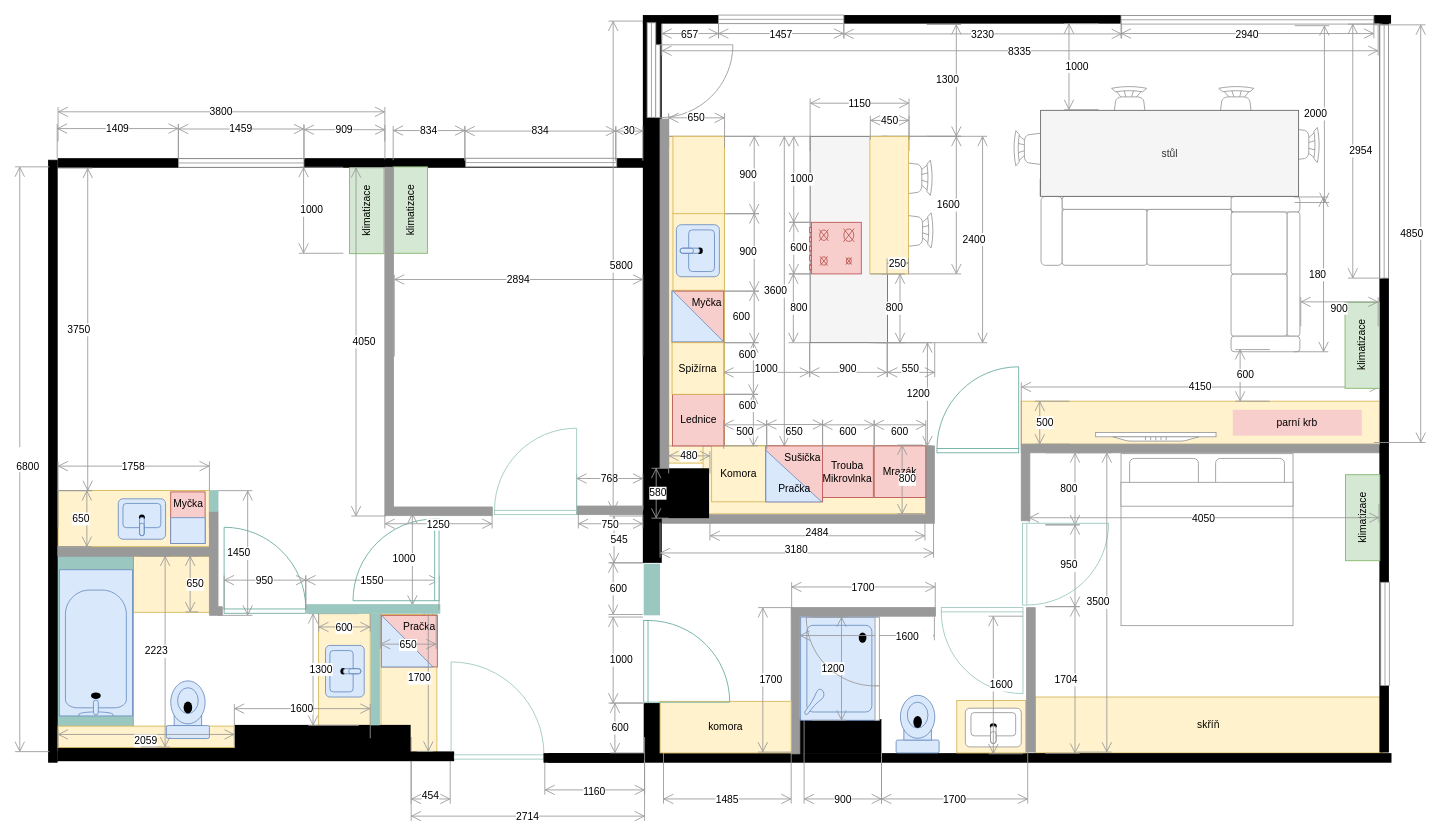
This is page "final" (1 of 2) of docs/src/static/drawings/floor-plan.furniched.drawio from surquest/flat-renovation, a draw.io file, before an edit. Source tidied: cells renumbered, new cells numbered last; positions are measured from the earlier drawing's top-left corner, leaving out a move shared by most shapes. Both pictures are drawn from the tidied source at 86%, with x=0, y=0 at pixel (15, 15).
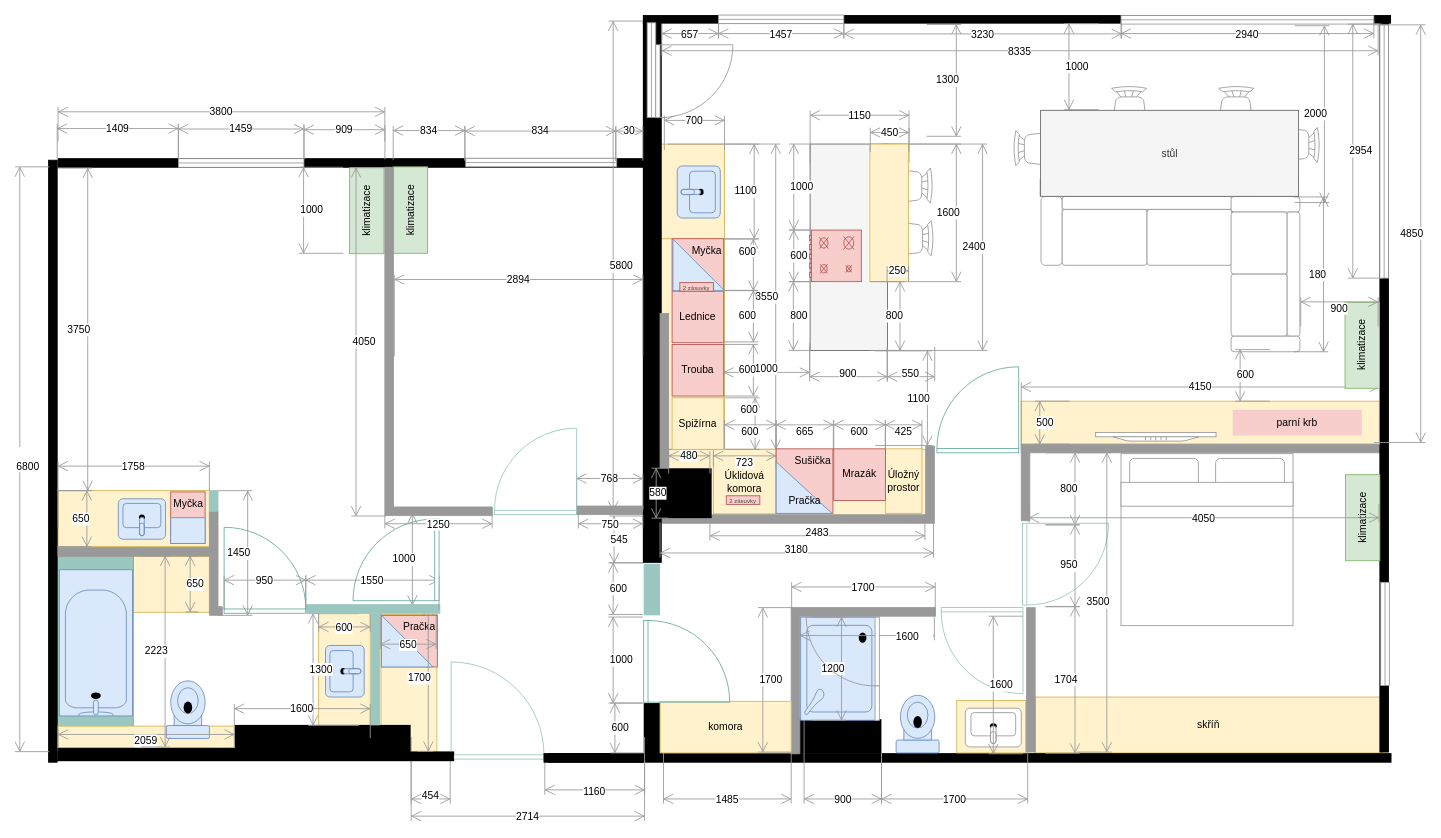
After the change.

Diff of the diagram source:
```diff
@@
     <mxCell id="2" style="rounded=0;whiteSpace=wrap;html=1;strokeColor=none;fillColor=#FFFFFF;fontColor=#333333;" parent="1" vertex="1">
-      <mxGeometry x="752" y="141" width="320" height="441" as="geometry" />
+      <mxGeometry x="752" y="147" width="320" height="435" as="geometry" />
     </mxCell>
     <mxCell id="3" style="rounded=0;whiteSpace=wrap;html=1;strokeColor=#d6b656;fillColor=#fff2cc;" parent="1" vertex="1">
-      <mxGeometry x="760" y="141" width="65" height="380" as="geometry" />
+      <mxGeometry x="750" y="167" width="75" height="354" as="geometry" />
     </mxCell>
+    <mxCell id="165" style="rounded=0;whiteSpace=wrap;html=1;strokeColor=#d6b656;fillColor=#fff2cc;" parent="1" vertex="1">
+      <mxGeometry x="750" y="150.1" width="75" height="110" as="geometry" />
+    </mxCell>
+    <mxCell id="6" style="rounded=0;whiteSpace=wrap;html=1;strokeColor=#d6b656;fillColor=#fff2cc;" parent="1" vertex="1">
+      <mxGeometry x="760" y="505" width="299" height="82" as="geometry" />
+    </mxCell>
+    <mxCell id="200" value="Úložný&lt;br&gt;prostor" style="rounded=0;whiteSpace=wrap;html=1;strokeColor=#d6b656;fillColor=#fff2cc;verticalAlign=middle;align=center;" parent="1" vertex="1">
+      <mxGeometry x="1012" y="504.4" width="42.5" height="75" as="geometry" />
+    </mxCell>
     <mxCell id="4" style="rounded=0;whiteSpace=wrap;html=1;strokeColor=#666666;fillColor=#f5f5f5;fontColor=#333333;" parent="1" vertex="1">
-      <mxGeometry x="924.5" y="141" width="90" height="240" as="geometry" />
+      <mxGeometry x="924.5" y="150" width="90" height="240" as="geometry" />
     </mxCell>
-    <mxCell id="5" style="rounded=0;whiteSpace=wrap;html=1;strokeColor=#d6b656;fillColor=#fff2cc;" parent="1" vertex="1">
-      <mxGeometry x="765" y="230" width="60" height="90" as="geometry" />
-    </mxCell>
-    <mxCell id="6" style="rounded=0;whiteSpace=wrap;html=1;strokeColor=#d6b656;fillColor=#fff2cc;" parent="1" vertex="1">
-      <mxGeometry x="800" y="501" width="259" height="79" as="geometry" />
-    </mxCell>
@@
     <mxCell id="59" style="verticalLabelPosition=bottom;html=1;verticalAlign=top;align=center;shape=mxgraph.floorplan.wall;fillColor=strokeColor;direction=south;strokeColor=#999999;" parent="1" vertex="1">
-      <mxGeometry x="750" y="121" width="10" height="460" as="geometry" />
+      <mxGeometry x="750" y="347" width="10" height="235" as="geometry" />
     </mxCell>
-    <mxCell id="60" value="3600" style="shape=dimension;direction=north;whiteSpace=wrap;html=1;align=right;verticalAlign=middle;labelBackgroundColor=#ffffff;strokeColor=#999999;fillColor=#999999;" parent="1" vertex="1">
-      <mxGeometry x="759" y="141" width="141" height="360" as="geometry" />
+    <mxCell id="60" value="3550" style="shape=dimension;direction=north;whiteSpace=wrap;html=1;align=right;verticalAlign=middle;labelBackgroundColor=#ffffff;strokeColor=#999999;fillColor=#999999;" parent="1" vertex="1">
+      <mxGeometry x="759" y="150" width="131" height="355" as="geometry" />
     </mxCell>
@@
     <mxCell id="95" value="2400" style="shape=dimension;direction=north;whiteSpace=wrap;html=1;align=right;verticalAlign=middle;labelBackgroundColor=#ffffff;strokeColor=#999999;" parent="1" vertex="1">
-      <mxGeometry x="1007.5" y="141" width="123" height="240" as="geometry" />
+      <mxGeometry x="1007.5" y="150" width="123" height="240" as="geometry" />
     </mxCell>
     <mxCell id="96" value="1150" style="shape=dimension;direction=west;whiteSpace=wrap;html=1;align=center;verticalAlign=top;spacingTop=-8;labelBackgroundColor=#ffffff;strokeColor=#999999;" parent="1" vertex="1">
-      <mxGeometry x="924.5" y="97" width="115" height="61" as="geometry" />
+      <mxGeometry x="924.5" y="111" width="115" height="61" as="geometry" />
     </mxCell>
-    <mxCell id="97" value="Komora" style="rounded=0;whiteSpace=wrap;html=1;strokeColor=#d6b656;fillColor=#fff2cc;verticalAlign=middle;align=center;" parent="1" vertex="1">
-      <mxGeometry x="810" y="501" width="63" height="65" as="geometry" />
+    <mxCell id="97" value="Úklidová&lt;br&gt;komora" style="rounded=0;whiteSpace=wrap;html=1;strokeColor=#d6b656;fillColor=#fff2cc;verticalAlign=middle;align=center;" parent="1" vertex="1">
+      <mxGeometry x="812" y="505" width="73" height="75" as="geometry" />
     </mxCell>
-    <mxCell id="98" value="2484" style="shape=dimension;direction=east;whiteSpace=wrap;html=1;align=center;verticalAlign=bottom;spacingTop=-8;labelBackgroundColor=#ffffff;strokeColor=#999999;fillColor=#999999;" parent="1" vertex="1">
+    <mxCell id="98" value="2483" style="shape=dimension;direction=east;whiteSpace=wrap;html=1;align=center;verticalAlign=bottom;spacingTop=-8;labelBackgroundColor=#ffffff;strokeColor=#999999;fillColor=#999999;" parent="1" vertex="1">
       <mxGeometry x="808" y="581" width="250" height="30" as="geometry" />
     </mxCell>
@@
     <mxCell id="100" value="1600" style="shape=dimension;direction=north;whiteSpace=wrap;html=1;align=right;verticalAlign=middle;labelBackgroundColor=#ffffff;strokeColor=#999999;" parent="1" vertex="1">
-      <mxGeometry x="1007.5" y="141" width="92.5" height="160" as="geometry" />
+      <mxGeometry x="1007.5" y="150" width="92.5" height="160" as="geometry" />
     </mxCell>
-    <mxCell id="101" value="1200" style="shape=dimension;direction=south;whiteSpace=wrap;html=1;align=right;verticalAlign=middle;labelBackgroundColor=#ffffff;strokeColor=#999999;fillColor=#999999;flipV=0;flipH=1;" parent="1" vertex="1">
-      <mxGeometry x="1000" y="381" width="66.4" height="120" as="geometry" />
+    <mxCell id="101" value="1100" style="shape=dimension;direction=south;whiteSpace=wrap;html=1;align=right;verticalAlign=middle;labelBackgroundColor=#ffffff;strokeColor=#999999;fillColor=#999999;flipV=0;flipH=1;" parent="1" vertex="1">
+      <mxGeometry x="1000" y="390.5" width="66.4" height="110" as="geometry" />
     </mxCell>
@@
-    <mxCell id="148" style="verticalLabelPosition=bottom;html=1;verticalAlign=top;align=center;shape=mxgraph.floorplan.sink_2;strokeColor=#6c8ebf;fillColor=#dae8fc;direction=north;" parent="1" vertex="1">
-      <mxGeometry x="769" y="243.8" width="50" height="60.5" as="geometry" />
-    </mxCell>
@@
     <mxCell id="151" value="900" style="shape=dimension;direction=east;whiteSpace=wrap;html=1;align=center;verticalAlign=bottom;spacingTop=-8;labelBackgroundColor=#ffffff;strokeColor=#999999;" parent="1" vertex="1">
-      <mxGeometry x="924" y="381" width="90" height="40" as="geometry" />
+      <mxGeometry x="924" y="386" width="90" height="40" as="geometry" />
     </mxCell>
     <mxCell id="152" style="verticalLabelPosition=bottom;html=1;verticalAlign=top;align=center;shape=mxgraph.floorplan.range_1;fillColor=#f8cecc;strokeColor=#b85450;direction=south;" parent="1" vertex="1">
-      <mxGeometry x="924" y="241" width="60" height="60" as="geometry" />
+      <mxGeometry x="924" y="250" width="60" height="60" as="geometry" />
     </mxCell>
     <mxCell id="153" style="rounded=0;whiteSpace=wrap;html=1;strokeColor=none;fillColor=#000000;" parent="1" vertex="1">
-      <mxGeometry x="740" y="527" width="67" height="58" as="geometry" />
+      <mxGeometry x="743" y="527" width="67" height="58" as="geometry" />
     </mxCell>
@@
-    <mxCell id="155" value="Mrazák" style="rounded=0;whiteSpace=wrap;html=1;strokeColor=#b85450;fillColor=#f8cecc;" parent="1" vertex="1">
-      <mxGeometry x="999" y="501" width="60" height="60" as="geometry" />
-    </mxCell>
-    <mxCell id="156" value="Trouba&lt;br&gt;Mikrovlnka" style="rounded=0;whiteSpace=wrap;html=1;strokeColor=#b85450;fillColor=#f8cecc;" parent="1" vertex="1">
-      <mxGeometry x="938" y="501" width="60" height="60" as="geometry" />
-    </mxCell>
     <mxCell id="157" value="Lednice" style="rounded=0;whiteSpace=wrap;html=1;strokeColor=#b85450;fillColor=#f8cecc;" parent="1" vertex="1">
-      <mxGeometry x="764.5" y="441" width="60" height="60" as="geometry" />
+      <mxGeometry x="764" y="321" width="60" height="60" as="geometry" />
     </mxCell>
     <mxCell id="158" value="Myčka" style="rounded=0;whiteSpace=wrap;html=1;strokeColor=#b85450;fillColor=#f8cecc;verticalAlign=top;align=right;" parent="1" vertex="1">
-      <mxGeometry x="764" y="321" width="60" height="60" as="geometry" />
+      <mxGeometry x="764" y="260.1" width="60" height="60" as="geometry" />
     </mxCell>
     <mxCell id="159" style="verticalLabelPosition=bottom;verticalAlign=top;html=1;shape=mxgraph.basic.orthogonal_triangle;strokeColor=#6c8ebf;fillColor=#dae8fc;" parent="1" vertex="1">
-      <mxGeometry x="764" y="320" width="60" height="60" as="geometry" />
+      <mxGeometry x="765" y="260.5" width="60" height="60" as="geometry" />
     </mxCell>
@@
     <mxCell id="161" value="600" style="shape=dimension;direction=north;whiteSpace=wrap;html=1;align=right;verticalAlign=top;labelBackgroundColor=#ffffff;strokeColor=#999999;" parent="1" vertex="1">
-      <mxGeometry x="824" y="441" width="40" height="60" as="geometry" />
+      <mxGeometry x="826" y="445.1" width="40" height="60" as="geometry" />
     </mxCell>
-    <mxCell id="162" value="600" style="shape=dimension;direction=north;whiteSpace=wrap;html=1;align=center;verticalAlign=middle;labelBackgroundColor=#ffffff;strokeColor=#999999;" parent="1" vertex="1">
-      <mxGeometry x="825" y="321" width="40" height="60" as="geometry" />
-    </mxCell>
-    <mxCell id="163" value="900" style="shape=dimension;direction=north;whiteSpace=wrap;html=1;align=right;verticalAlign=middle;labelBackgroundColor=#ffffff;strokeColor=#999999;" parent="1" vertex="1">
-      <mxGeometry x="825" y="231" width="40" height="90" as="geometry" />
-    </mxCell>
-    <mxCell id="164" value="900" style="shape=dimension;direction=north;whiteSpace=wrap;html=1;align=right;verticalAlign=middle;labelBackgroundColor=#ffffff;strokeColor=#999999;" parent="1" vertex="1">
-      <mxGeometry x="825" y="141" width="40" height="90" as="geometry" />
-    </mxCell>
-    <mxCell id="165" style="rounded=0;whiteSpace=wrap;html=1;strokeColor=#d6b656;fillColor=#fff2cc;" parent="1" vertex="1">
-      <mxGeometry x="765" y="141" width="60" height="90" as="geometry" />
-    </mxCell>
     <mxCell id="166" value="600" style="shape=dimension;direction=south;whiteSpace=wrap;html=1;align=left;verticalAlign=middle;labelBackgroundColor=#ffffff;strokeColor=#999999;" parent="1" vertex="1">
-      <mxGeometry x="900" y="241" width="25" height="60" as="geometry" />
+      <mxGeometry x="900" y="250" width="25" height="60" as="geometry" />
     </mxCell>
     <mxCell id="167" style="verticalLabelPosition=bottom;html=1;verticalAlign=top;align=center;shape=mxgraph.floorplan.chair;strokeColor=#999999;fillColor=#FFFFFF;direction=south;" parent="1" vertex="1">
-      <mxGeometry x="1015" y="168.8" width="52" height="41" as="geometry" />
+      <mxGeometry x="1015" y="177.8" width="52" height="41" as="geometry" />
     </mxCell>
     <mxCell id="168" style="verticalLabelPosition=bottom;html=1;verticalAlign=top;align=center;shape=mxgraph.floorplan.chair;strokeColor=#999999;fillColor=#FFFFFF;direction=south;" parent="1" vertex="1">
-      <mxGeometry x="1015.9" y="230" width="52" height="41" as="geometry" />
+      <mxGeometry x="1015.9" y="239" width="52" height="41" as="geometry" />
     </mxCell>
     <mxCell id="169" style="rounded=0;whiteSpace=wrap;html=1;strokeColor=#d6b656;fillColor=#fff2cc;" parent="1" vertex="1">
-      <mxGeometry x="994" y="141" width="45" height="160" as="geometry" />
+      <mxGeometry x="994" y="150" width="45" height="160" as="geometry" />
     </mxCell>
@@
-    <mxCell id="181" value="Sušička" style="rounded=0;whiteSpace=wrap;html=1;strokeColor=#b85450;fillColor=#f8cecc;verticalAlign=top;align=right;" parent="1" vertex="1">
-      <mxGeometry x="873" y="501" width="66" height="65" as="geometry" />
-    </mxCell>
-    <mxCell id="182" value="&lt;br&gt;&lt;br&gt;Pračka" style="verticalLabelPosition=middle;verticalAlign=middle;html=1;shape=mxgraph.basic.orthogonal_triangle;strokeColor=#6c8ebf;fillColor=#dae8fc;labelPosition=center;align=center;" parent="1" vertex="1">
-      <mxGeometry x="873" y="506.1" width="65" height="60" as="geometry" />
-    </mxCell>
     <mxCell id="183" value="550" style="shape=dimension;direction=east;whiteSpace=wrap;html=1;align=center;verticalAlign=bottom;spacingTop=-8;labelBackgroundColor=#ffffff;strokeColor=#999999;" parent="1" vertex="1">
-      <mxGeometry x="1014.4" y="381" width="55" height="40" as="geometry" />
+      <mxGeometry x="1014.4" y="386" width="55" height="40" as="geometry" />
     </mxCell>
     <mxCell id="184" value="1000" style="shape=dimension;direction=south;whiteSpace=wrap;html=1;align=left;verticalAlign=middle;labelBackgroundColor=#ffffff;strokeColor=#999999;" parent="1" vertex="1">
-      <mxGeometry x="900" y="141" width="25" height="100" as="geometry" />
+      <mxGeometry x="900" y="150" width="25" height="100" as="geometry" />
     </mxCell>
     <mxCell id="185" value="450" style="shape=dimension;direction=west;whiteSpace=wrap;html=1;align=center;verticalAlign=top;spacingTop=-8;labelBackgroundColor=#ffffff;fillColor=#FAFAFA;strokeColor=#999999;" parent="1" vertex="1">
-      <mxGeometry x="994.5" y="117" width="45" height="28" as="geometry" />
+      <mxGeometry x="994.5" y="131" width="45" height="28" as="geometry" />
     </mxCell>
     <mxCell id="186" value="Spižírna" style="rounded=0;whiteSpace=wrap;html=1;strokeColor=#d6b656;fillColor=#fff2cc;" parent="1" vertex="1">
-      <mxGeometry x="764" y="381" width="60" height="60" as="geometry" />
+      <mxGeometry x="764" y="445" width="60" height="60" as="geometry" />
     </mxCell>
-    <mxCell id="187" value="600" style="shape=dimension;direction=north;whiteSpace=wrap;html=1;align=right;verticalAlign=top;labelBackgroundColor=#ffffff;strokeColor=#999999;" parent="1" vertex="1">
-      <mxGeometry x="824" y="381" width="40" height="60" as="geometry" />
+    <mxCell id="187" value="600" style="shape=dimension;direction=north;whiteSpace=wrap;html=1;align=right;verticalAlign=middle;labelBackgroundColor=#ffffff;strokeColor=#999999;" parent="1" vertex="1">
+      <mxGeometry x="824" y="383" width="40" height="60" as="geometry" />
     </mxCell>
@@
     <mxCell id="189" value="800" style="shape=dimension;direction=north;whiteSpace=wrap;html=1;align=right;verticalAlign=middle;labelBackgroundColor=#ffffff;strokeColor=#999999;fillColor=#FFFFFF;" parent="1" vertex="1">
-      <mxGeometry x="994.5" y="301" width="40" height="80" as="geometry" />
+      <mxGeometry x="994.5" y="310" width="40" height="80" as="geometry" />
     </mxCell>
     <mxCell id="190" value="250" style="shape=dimension;direction=west;whiteSpace=wrap;html=1;align=center;verticalAlign=top;spacingTop=-8;labelBackgroundColor=#ffffff;strokeColor=#999999;fillColor=#FFFFFF;" parent="1" vertex="1">
-      <mxGeometry x="1014" y="283" width="25" height="18" as="geometry" />
+      <mxGeometry x="1014" y="292" width="25" height="18" as="geometry" />
     </mxCell>
@@
-    <mxCell id="192" value="650" style="shape=dimension;direction=west;whiteSpace=wrap;html=1;align=center;verticalAlign=top;spacingTop=-8;labelBackgroundColor=#ffffff;strokeColor=#999999;fillColor=#FFFFFF;" parent="1" vertex="1">
-      <mxGeometry x="760" y="114" width="65" height="40" as="geometry" />
+    <mxCell id="192" value="700" style="shape=dimension;direction=west;whiteSpace=wrap;html=1;align=center;verticalAlign=top;spacingTop=-8;labelBackgroundColor=#ffffff;strokeColor=#999999;fillColor=#FFFFFF;" parent="1" vertex="1">
+      <mxGeometry x="755" y="117" width="70" height="40" as="geometry" />
     </mxCell>
-    <mxCell id="193" value="800" style="shape=dimension;direction=south;whiteSpace=wrap;html=1;align=left;verticalAlign=middle;labelBackgroundColor=#ffffff;strokeColor=#999999;fillColor=#FFFFFF;" parent="1" vertex="1">
-      <mxGeometry x="1026" y="500" width="30" height="80" as="geometry" />
-    </mxCell>
-    <mxCell id="194" value="600" style="shape=dimension;direction=west;whiteSpace=wrap;html=1;align=center;verticalAlign=top;labelBackgroundColor=#ffffff;strokeColor=#999999;" parent="1" vertex="1">
-      <mxGeometry x="999" y="471" width="60" height="33.4" as="geometry" />
-    </mxCell>
-    <mxCell id="195" value="600" style="shape=dimension;direction=west;whiteSpace=wrap;html=1;align=center;verticalAlign=top;labelBackgroundColor=#ffffff;strokeColor=#999999;" parent="1" vertex="1">
-      <mxGeometry x="939" y="471" width="60" height="33.4" as="geometry" />
-    </mxCell>
-    <mxCell id="196" value="650" style="shape=dimension;direction=west;whiteSpace=wrap;html=1;align=center;verticalAlign=top;labelBackgroundColor=#ffffff;strokeColor=#999999;" parent="1" vertex="1">
-      <mxGeometry x="874" y="470.6" width="65" height="33.4" as="geometry" />
-    </mxCell>
-    <mxCell id="197" value="500" style="shape=dimension;direction=west;whiteSpace=wrap;html=1;align=center;verticalAlign=top;labelBackgroundColor=#ffffff;strokeColor=#999999;" parent="1" vertex="1">
-      <mxGeometry x="824" y="471" width="50" height="33.4" as="geometry" />
+    <mxCell id="197" value="600" style="shape=dimension;direction=west;whiteSpace=wrap;html=1;align=center;verticalAlign=top;labelBackgroundColor=#ffffff;strokeColor=#999999;" parent="1" vertex="1">
+      <mxGeometry x="825" y="471" width="60" height="33.4" as="geometry" />
     </mxCell>
@@
     <mxCell id="199" value="800" style="shape=dimension;direction=south;whiteSpace=wrap;html=1;align=left;verticalAlign=middle;labelBackgroundColor=#ffffff;strokeColor=#999999;" parent="1" vertex="1">
-      <mxGeometry x="899.5" y="301" width="25" height="80" as="geometry" />
+      <mxGeometry x="899.5" y="310" width="25" height="80" as="geometry" />
     </mxCell>
+    <mxCell id="201" value="723" style="shape=dimension;direction=west;whiteSpace=wrap;html=1;align=center;verticalAlign=top;labelBackgroundColor=#ffffff;strokeColor=#999999;" parent="1" vertex="1">
+      <mxGeometry x="812" y="507.1" width="73" height="17.7" as="geometry" />
+    </mxCell>
+    <mxCell id="181" value="Sušička" style="rounded=0;whiteSpace=wrap;html=1;strokeColor=#b85450;fillColor=#f8cecc;verticalAlign=top;align=right;" parent="1" vertex="1">
+      <mxGeometry x="885" y="504.4" width="66" height="75" as="geometry" />
+    </mxCell>
+    <mxCell id="182" value="&lt;br&gt;&lt;br&gt;Pračka" style="verticalLabelPosition=middle;verticalAlign=middle;html=1;shape=mxgraph.basic.orthogonal_triangle;strokeColor=#6c8ebf;fillColor=#dae8fc;labelPosition=center;align=center;" parent="1" vertex="1">
+      <mxGeometry x="885" y="519.5" width="65" height="60" as="geometry" />
+    </mxCell>
+    <mxCell id="202" value="665" style="shape=dimension;direction=west;whiteSpace=wrap;html=1;align=center;verticalAlign=top;labelBackgroundColor=#ffffff;strokeColor=#999999;" parent="1" vertex="1">
+      <mxGeometry x="885" y="471" width="66.5" height="33.4" as="geometry" />
+    </mxCell>
+    <mxCell id="203" value="600" style="shape=dimension;direction=west;whiteSpace=wrap;html=1;align=center;verticalAlign=top;labelBackgroundColor=#ffffff;strokeColor=#999999;" parent="1" vertex="1">
+      <mxGeometry x="952" y="471" width="60" height="33.4" as="geometry" />
+    </mxCell>
+    <mxCell id="155" value="Mrazák" style="rounded=0;whiteSpace=wrap;html=1;strokeColor=#b85450;fillColor=#f8cecc;" parent="1" vertex="1">
+      <mxGeometry x="952" y="504.4" width="60" height="60" as="geometry" />
+    </mxCell>
+    <mxCell id="204" value="425" style="shape=dimension;direction=west;whiteSpace=wrap;html=1;align=center;verticalAlign=top;labelBackgroundColor=#ffffff;strokeColor=#999999;" parent="1" vertex="1">
+      <mxGeometry x="1012" y="471" width="42.5" height="33.4" as="geometry" />
+    </mxCell>
+    <mxCell id="205" value="&lt;font style=&quot;font-size: 7px;&quot;&gt;2 zásuvky&lt;/font&gt;" style="rounded=0;whiteSpace=wrap;html=1;fillColor=#f8cecc;strokeColor=#b85450;verticalAlign=middle;fontColor=#474747;" parent="1" vertex="1">
+      <mxGeometry x="827" y="559" width="39" height="10" as="geometry" />
+    </mxCell>
+    <mxCell id="206" value="Trouba" style="rounded=0;whiteSpace=wrap;html=1;strokeColor=#b85450;fillColor=#f8cecc;" parent="1" vertex="1">
+      <mxGeometry x="764" y="383" width="60" height="60" as="geometry" />
+    </mxCell>
+    <mxCell id="148" style="verticalLabelPosition=bottom;html=1;verticalAlign=top;align=center;shape=mxgraph.floorplan.sink_2;strokeColor=#6c8ebf;fillColor=#dae8fc;direction=north;" parent="1" vertex="1">
+      <mxGeometry x="770" y="175.5" width="50" height="60.5" as="geometry" />
+    </mxCell>
+    <mxCell id="207" value="600" style="shape=dimension;direction=north;whiteSpace=wrap;html=1;align=right;verticalAlign=top;labelBackgroundColor=#ffffff;strokeColor=#999999;" parent="1" vertex="1">
+      <mxGeometry x="824" y="260.5" width="40" height="60" as="geometry" />
+    </mxCell>
+    <mxCell id="208" value="600" style="shape=dimension;direction=north;whiteSpace=wrap;html=1;align=right;verticalAlign=middle;labelBackgroundColor=#ffffff;strokeColor=#999999;" parent="1" vertex="1">
+      <mxGeometry x="824" y="320.1" width="40" height="60" as="geometry" />
+    </mxCell>
+    <mxCell id="209" value="1100" style="shape=dimension;direction=north;whiteSpace=wrap;html=1;align=right;verticalAlign=middle;labelBackgroundColor=#ffffff;strokeColor=#999999;" parent="1" vertex="1">
+      <mxGeometry x="825" y="150.1" width="40" height="110" as="geometry" />
+    </mxCell>
+    <mxCell id="210" value="&lt;font style=&quot;font-size: 7px;&quot;&gt;2 zásuvky&lt;/font&gt;" style="rounded=0;whiteSpace=wrap;html=1;fillColor=#f8cecc;strokeColor=#b85450;verticalAlign=middle;fontColor=#474747;" parent="1" vertex="1">
+      <mxGeometry x="773" y="311.1" width="39" height="10" as="geometry" />
+    </mxCell>
```
